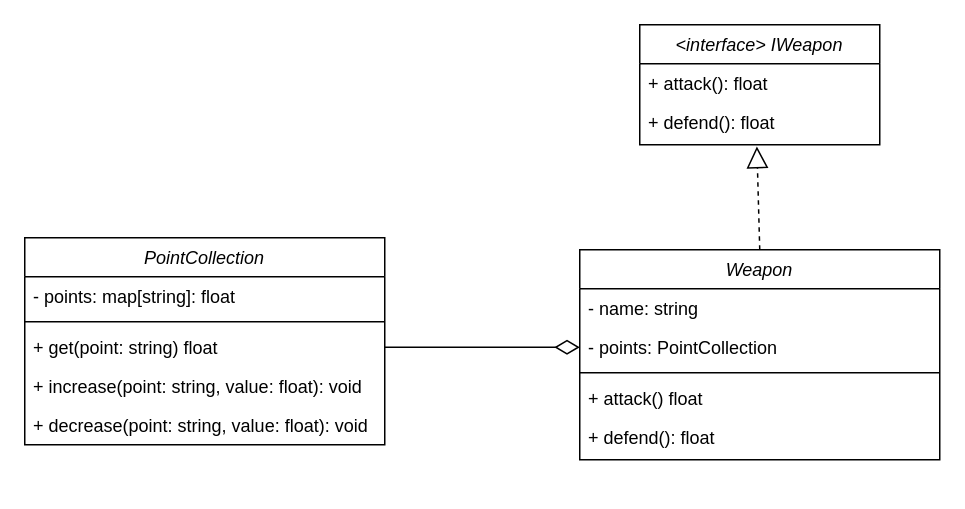
spanishGab/unind-game keeps this draw.io diagram as docs/classes-diagram.drawio. Above is the earlier version. Source tidied: cells renumbered, new cells numbered last; positions are measured from the earlier drawing's top-left corner, leaving out a move shared by most shapes. Both pictures are drawn from the tidied source at 150%, with x=0, y=0 at pixel (24, 24).
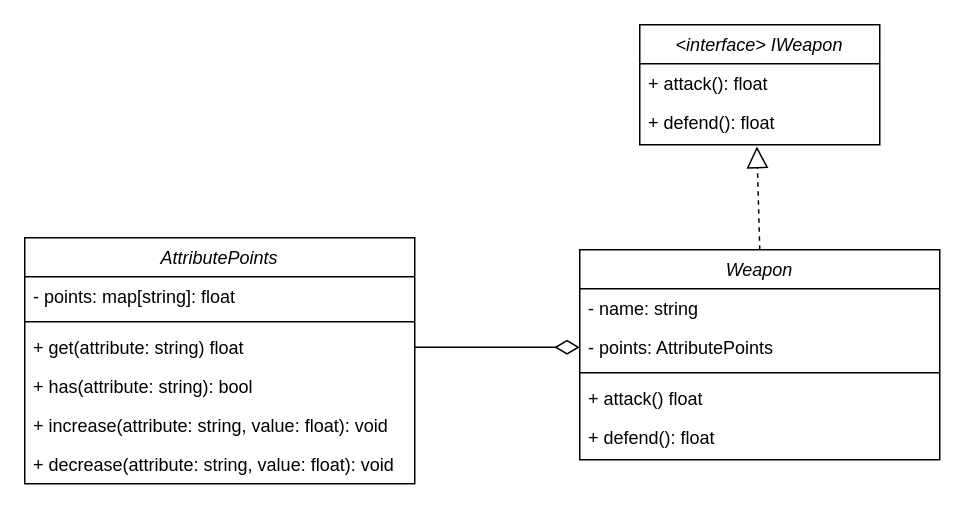
Above is the later version.

The edit, as a diff of the source:
```diff
@@
 <mxGraphModel>
   <root>
     <mxCell id="0" />
     <mxCell id="1" parent="0" />
     <mxCell id="2" value="&lt;interface&gt; IWeapon" style="swimlane;fontStyle=2;align=center;verticalAlign=top;horizontal=1;startSize=26;rounded=0;shadow=0;strokeWidth=1;" parent="1" vertex="1">
       <mxGeometry x="410" width="160" height="80" as="geometry" />
     </mxCell>
     <mxCell id="3" value="+ attack(): float" style="text;align=left;verticalAlign=top;spacingLeft=4;spacingRight=4;overflow=hidden;" parent="2" vertex="1">
       <mxGeometry y="26" width="160" height="26" as="geometry" />
     </mxCell>
     <mxCell id="4" value="+ defend(): float" style="text;align=left;verticalAlign=top;spacingLeft=4;spacingRight=4;overflow=hidden;points=[[0,0.5],[1,0.5]];portConstraint=eastwest;" parent="2" vertex="1">
       <mxGeometry y="52" width="160" height="26" as="geometry" />
     </mxCell>
-    <mxCell id="5" value="PointCollection" style="swimlane;fontStyle=2;align=center;verticalAlign=top;horizontal=1;startSize=26;rounded=0;shadow=0;strokeWidth=1;" parent="1" vertex="1">
-      <mxGeometry y="142" width="240" height="138" as="geometry" />
+    <mxCell id="5" value="AttributePoints" style="swimlane;fontStyle=2;align=center;verticalAlign=top;horizontal=1;startSize=26;rounded=0;shadow=0;strokeWidth=1;" parent="1" vertex="1">
+      <mxGeometry y="142" width="260" height="164" as="geometry" />
     </mxCell>
     <mxCell id="6" value="- points: map[string]: float" style="text;align=left;verticalAlign=top;spacingLeft=4;spacingRight=4;overflow=hidden;" parent="5" vertex="1">
-      <mxGeometry y="26" width="240" height="26" as="geometry" />
+      <mxGeometry y="26" width="260" height="26" as="geometry" />
     </mxCell>
     <mxCell id="7" style="line;html=1;strokeWidth=1;align=left;verticalAlign=middle;spacingTop=-1;spacingLeft=3;spacingRight=3;labelPosition=right;" parent="5" vertex="1">
-      <mxGeometry y="52" width="240" height="8" as="geometry" />
+      <mxGeometry y="52" width="260" height="8" as="geometry" />
     </mxCell>
-    <mxCell id="8" value="+ get(point: string) float" style="text;align=left;verticalAlign=top;spacingLeft=4;spacingRight=4;overflow=hidden;points=[[0,0.5],[1,0.5]];portConstraint=eastwest;" parent="5" vertex="1">
-      <mxGeometry y="60" width="240" height="26" as="geometry" />
+    <mxCell id="8" value="+ get(attribute: string) float" style="text;align=left;verticalAlign=top;spacingLeft=4;spacingRight=4;overflow=hidden;points=[[0,0.5],[1,0.5]];portConstraint=eastwest;" parent="5" vertex="1">
+      <mxGeometry y="60" width="260" height="26" as="geometry" />
     </mxCell>
+    <mxCell id="19" value="+ has(attribute: string): bool" style="text;align=left;verticalAlign=top;spacingLeft=4;spacingRight=4;overflow=hidden;" parent="5" vertex="1">
+      <mxGeometry y="86" width="260" height="26" as="geometry" />
+    </mxCell>
-    <mxCell id="9" value="+ increase(point: string, value: float): void" style="text;align=left;verticalAlign=top;spacingLeft=4;spacingRight=4;overflow=hidden;" parent="5" vertex="1">
-      <mxGeometry y="86" width="240" height="26" as="geometry" />
+    <mxCell id="9" value="+ increase(attribute: string, value: float): void" style="text;align=left;verticalAlign=top;spacingLeft=4;spacingRight=4;overflow=hidden;" parent="5" vertex="1">
+      <mxGeometry y="112" width="260" height="26" as="geometry" />
     </mxCell>
-    <mxCell id="10" value="+ decrease(point: string, value: float): void" style="text;align=left;verticalAlign=top;spacingLeft=4;spacingRight=4;overflow=hidden;" parent="5" vertex="1">
-      <mxGeometry y="112" width="240" height="26" as="geometry" />
+    <mxCell id="10" value="+ decrease(attribute: string, value: float): void" style="text;align=left;verticalAlign=top;spacingLeft=4;spacingRight=4;overflow=hidden;" parent="5" vertex="1">
+      <mxGeometry y="138" width="260" height="26" as="geometry" />
     </mxCell>
     <mxCell id="11" value="Weapon" style="swimlane;fontStyle=2;align=center;verticalAlign=top;horizontal=1;startSize=26;rounded=0;shadow=0;strokeWidth=1;" parent="1" vertex="1">
       <mxGeometry x="370" y="150" width="240" height="140" as="geometry" />
     </mxCell>
     <mxCell id="12" value="- name: string" style="text;align=left;verticalAlign=top;spacingLeft=4;spacingRight=4;overflow=hidden;" parent="11" vertex="1">
       <mxGeometry y="26" width="240" height="26" as="geometry" />
     </mxCell>
-    <mxCell id="13" value="- points: PointCollection" style="text;align=left;verticalAlign=top;spacingLeft=4;spacingRight=4;overflow=hidden;points=[[0,0.5],[1,0.5]];portConstraint=eastwest;" parent="11" vertex="1">
+    <mxCell id="13" value="- points: AttributePoints" style="text;align=left;verticalAlign=top;spacingLeft=4;spacingRight=4;overflow=hidden;points=[[0,0.5],[1,0.5]];portConstraint=eastwest;" parent="11" vertex="1">
       <mxGeometry y="52" width="240" height="26" as="geometry" />
     </mxCell>
     <mxCell id="14" style="line;html=1;strokeWidth=1;align=left;verticalAlign=middle;spacingTop=-1;spacingLeft=3;spacingRight=3;labelPosition=right;" parent="11" vertex="1">
       <mxGeometry y="78" width="240" height="8" as="geometry" />
     </mxCell>
     <mxCell id="15" value="+ attack() float" style="text;align=left;verticalAlign=top;spacingLeft=4;spacingRight=4;overflow=hidden;" parent="11" vertex="1">
       <mxGeometry y="86" width="240" height="26" as="geometry" />
     </mxCell>
     <mxCell id="16" value="+ defend(): float" style="text;align=left;verticalAlign=top;spacingLeft=4;spacingRight=4;overflow=hidden;" parent="11" vertex="1">
       <mxGeometry y="112" width="240" height="26" as="geometry" />
     </mxCell>
     <mxCell id="17" style="endArrow=block;dashed=1;endFill=0;endSize=12;html=1;rounded=0;entryX=0.488;entryY=1.122;entryDx=0;entryDy=0;entryPerimeter=0;exitX=0.5;exitY=0;exitDx=0;exitDy=0;" parent="1" edge="1" source="11" target="4">
       <mxGeometry relative="1" as="geometry" />
     </mxCell>
     <mxCell id="18" style="endArrow=none;html=1;endSize=12;startArrow=diamondThin;startSize=14;startFill=0;edgeStyle=orthogonalEdgeStyle;rounded=0;entryX=1;entryY=0.5;entryDx=0;entryDy=0;exitX=0;exitY=0.5;exitDx=0;exitDy=0;endFill=0;" parent="1" edge="1" source="13" target="8">
       <mxGeometry relative="1" as="geometry" />
     </mxCell>
   </root>
 </mxGraphModel>
```
